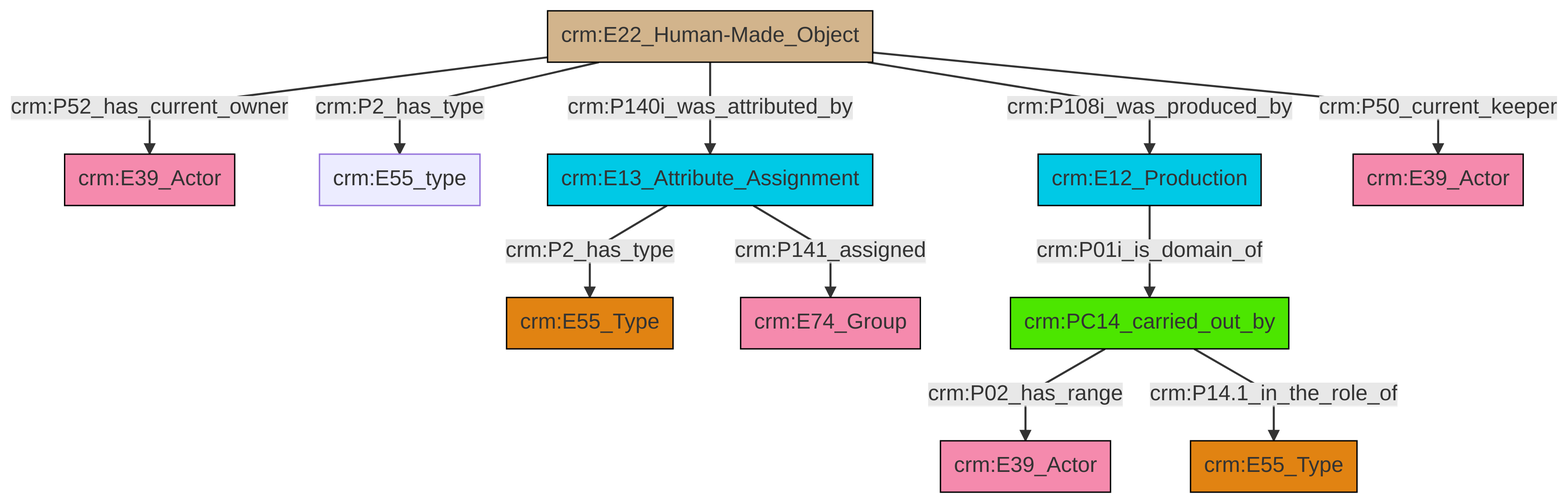
Above: et/artworkCSV/ttl/mmd/png/Artwork_Actor_Relations.png in swiss-art-research-net/reference-data-models (Mermaid), before the change. Its source is kept beside it as et/artworkCSV/ttl/mmd/Artwork_Actor_Relations.ttl.mmd.
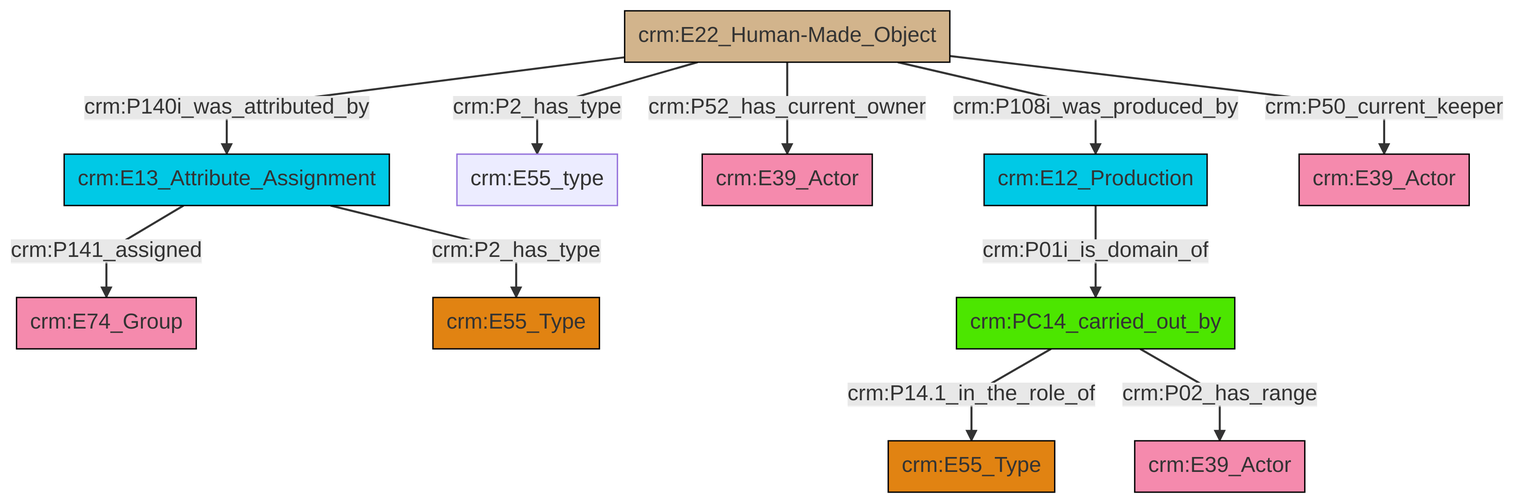
After the commit.

Diff of the diagram source:
```diff
@@ -13,13 +13,13 @@
 classDef PC_Classes fill:#4ce600, stroke:#000000;
 classDef Multi fill:#cccccc,stroke:#000000;
 
-2["crm:E13_Attribute_Assignment"]:::Temporal_Entity -->|crm:P2_has_type| 3["crm:E55_Type"]:::Type
-4["crm:E22_Human-Made_Object"]:::Physical_Thing -->|crm:P52_has_current_owner| 6["crm:E39_Actor"]:::Actor
-7["crm:PC14_carried_out_by"]:::PC_Classes -->|crm:P02_has_range| 0["crm:E39_Actor"]:::Actor
-2["crm:E13_Attribute_Assignment"]:::Temporal_Entity -->|crm:P141_assigned| 9["crm:E74_Group"]:::Actor
-4["crm:E22_Human-Made_Object"]:::Physical_Thing -->|crm:P2_has_type| 18["crm:E55_type"]:::Default
-14["crm:E12_Production"]:::Temporal_Entity -->|crm:P01i_is_domain_of| 7["crm:PC14_carried_out_by"]:::PC_Classes
-4["crm:E22_Human-Made_Object"]:::Physical_Thing -->|crm:P140i_was_attributed_by| 2["crm:E13_Attribute_Assignment"]:::Temporal_Entity
-7["crm:PC14_carried_out_by"]:::PC_Classes -->|crm:P14.1_in_the_role_of| 12["crm:E55_Type"]:::Type
-4["crm:E22_Human-Made_Object"]:::Physical_Thing -->|crm:P108i_was_produced_by| 14["crm:E12_Production"]:::Temporal_Entity
-4["crm:E22_Human-Made_Object"]:::Physical_Thing -->|crm:P50_current_keeper| 16["crm:E39_Actor"]:::Actor
+0["crm:E22_Human-Made_Object"]:::Physical_Thing -->|crm:P140i_was_attributed_by| 1["crm:E13_Attribute_Assignment"]:::Temporal_Entity
+0["crm:E22_Human-Made_Object"]:::Physical_Thing -->|crm:P2_has_type| 8["crm:E55_type"]:::Default
+1["crm:E13_Attribute_Assignment"]:::Temporal_Entity -->|crm:P141_assigned| 2["crm:E74_Group"]:::Actor
+0["crm:E22_Human-Made_Object"]:::Physical_Thing -->|crm:P52_has_current_owner| 4["crm:E39_Actor"]:::Actor
+0["crm:E22_Human-Made_Object"]:::Physical_Thing -->|crm:P108i_was_produced_by| 15["crm:E12_Production"]:::Temporal_Entity
+1["crm:E13_Attribute_Assignment"]:::Temporal_Entity -->|crm:P2_has_type| 12["crm:E55_Type"]:::Type
+15["crm:E12_Production"]:::Temporal_Entity -->|crm:P01i_is_domain_of| 9["crm:PC14_carried_out_by"]:::PC_Classes
+0["crm:E22_Human-Made_Object"]:::Physical_Thing -->|crm:P50_current_keeper| 16["crm:E39_Actor"]:::Actor
+9["crm:PC14_carried_out_by"]:::PC_Classes -->|crm:P14.1_in_the_role_of| 6["crm:E55_Type"]:::Type
+9["crm:PC14_carried_out_by"]:::PC_Classes -->|crm:P02_has_range| 20["crm:E39_Actor"]:::Actor
```
